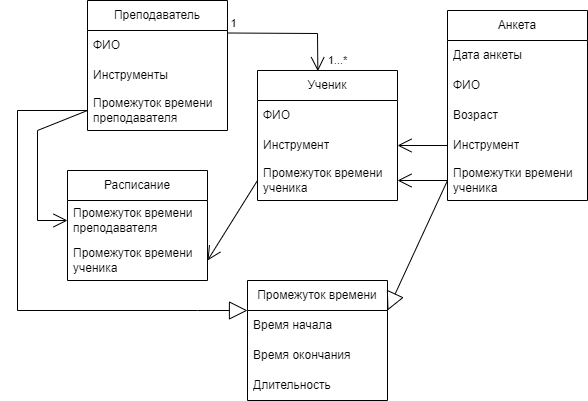
Before: Модель_предметной_области.png, a diagram exported from draw.io (watashinonericell/myrepos). Source tidied: cells renumbered, new cells last; positions are measured from the earlier drawing's top-left corner, leaving out a move shared by most shapes.
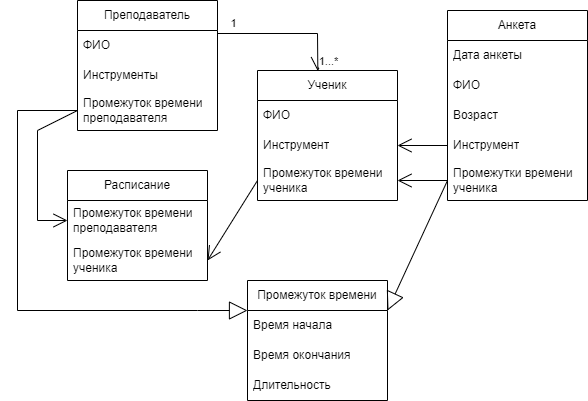
The same diagram one commit later.

The edit, as a diff of the source:
```diff
@@ -48,7 +48,7 @@
       <mxGeometry relative="1" as="geometry" />
     </mxCell>
     <mxCell id="17" value="Преподаватель" style="swimlane;fontStyle=0;horizontal=1;startSize=30;whiteSpace=wrap;html=1;" parent="1" vertex="1">
-      <mxGeometry x="70" width="140" height="130" as="geometry" />
+      <mxGeometry x="60" width="140" height="130" as="geometry" />
     </mxCell>
     <mxCell id="18" value="ФИО" style="text;strokeColor=none;fillColor=none;align=left;verticalAlign=middle;spacingLeft=4;spacingRight=4;overflow=hidden;whiteSpace=wrap;html=1;" parent="17" vertex="1">
       <mxGeometry y="30" width="140" height="30" as="geometry" />
@@ -59,8 +59,9 @@
     <mxCell id="20" value="Промежуток времени преподавателя" style="text;strokeColor=none;fillColor=none;align=left;verticalAlign=middle;spacingLeft=4;spacingRight=4;overflow=hidden;points=[[0,0.5],[1,0.5]];portConstraint=eastwest;whiteSpace=wrap;html=1;" parent="17" vertex="1">
       <mxGeometry y="90" width="140" height="40" as="geometry" />
     </mxCell>
-    <mxCell id="21" style="endArrow=open;endFill=1;endSize=12;html=1;rounded=0;entryX=0.431;entryY=0.005;entryDx=0;entryDy=0;entryPerimeter=0;exitX=1;exitY=0.25;exitDx=0;exitDy=0;" parent="1" edge="1" source="17" target="2">
+    <mxCell id="21" style="endArrow=open;endFill=1;endSize=12;html=1;rounded=0;entryX=0.431;entryY=0.005;entryDx=0;entryDy=0;entryPerimeter=0;" parent="1" edge="1" target="2">
       <mxGeometry relative="1" as="geometry">
+        <mxPoint x="200" y="33" as="sourcePoint" />
         <Array as="points">
           <mxPoint x="300" y="33" />
         </Array>
```
